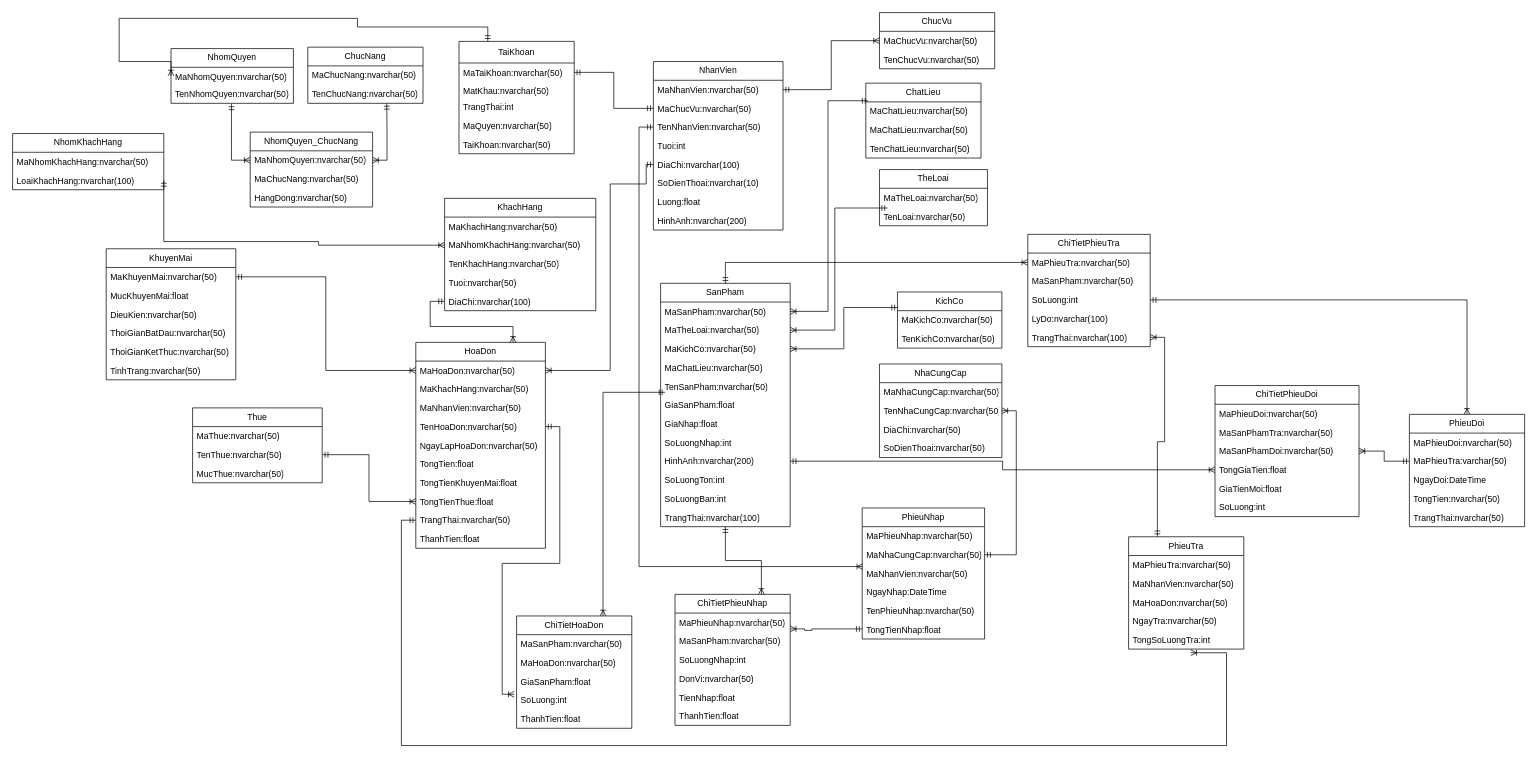
Above: Biểu đồ không có tiêu đề (1).drawio in maivantai2003/Database (draw.io), before the change. Source tidied: cells renumbered, new cells numbered last; positions are measured from the earlier drawing's top-left corner, leaving out a move shared by most shapes. Both pictures are drawn from the tidied source at 72%, with x=0, y=0 at pixel (12, 12).
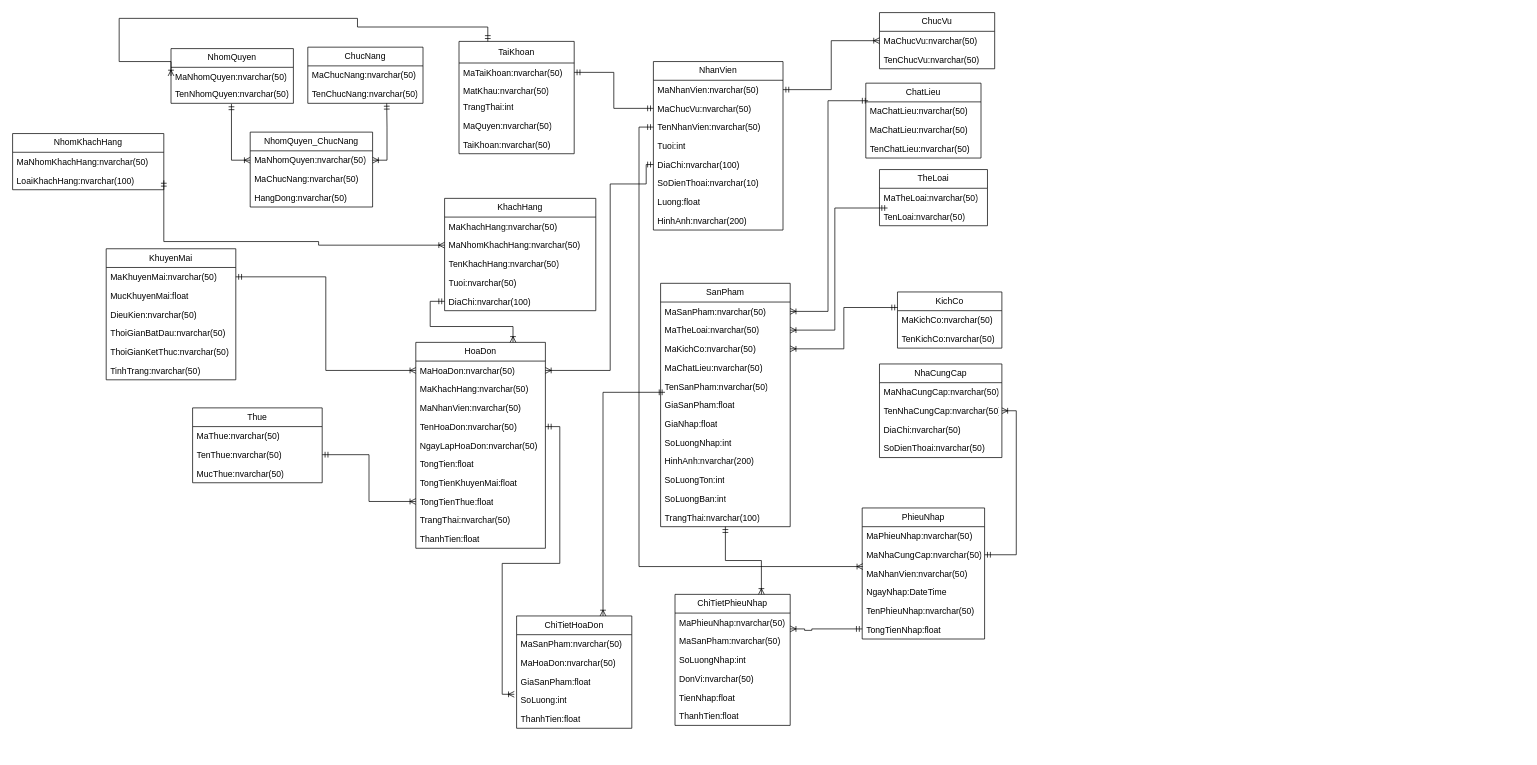
The same page after the edit.

Commit message:
Cập nhật Biểu đồ không có tiêu đề (1).drawio

The change refers to these unchanged cells:
```xml
<mxCell id="44" value="SanPham" style="swimlane;fontStyle=0;horizontal=1;startSize=26;fillColor=none;whiteSpace=wrap;html=1;" parent="1" vertex="1">
  <mxGeometry x="900" y="376" width="180" height="338" as="geometry" />
</mxCell>
<mxCell id="53" value="HinhAnh:nvarchar(200)" style="text;strokeColor=none;fillColor=none;align=left;verticalAlign=top;spacingLeft=4;spacingRight=4;overflow=hidden;points=[[0,0.5],[1,0.5]];portConstraint=eastwest;whiteSpace=wrap;html=1;" parent="44" vertex="1">
  <mxGeometry y="234" width="180" height="26" as="geometry" />
</mxCell>
<mxCell id="100" value="TrangThai:nvarchar(50)" style="text;strokeColor=none;fillColor=none;align=left;verticalAlign=top;spacingLeft=4;spacingRight=4;overflow=hidden;points=[[0,0.5],[1,0.5]];portConstraint=eastwest;whiteSpace=wrap;html=1;" parent="91" vertex="1">
  <mxGeometry y="234" width="180" height="26" as="geometry" />
</mxCell>
```

What changed in the source:
```diff
@@
-    <mxCell id="128" style="edgeStyle=orthogonalEdgeStyle;rounded=0;jettySize=auto;html=1;exitX=0.25;exitY=0;exitDx=0;exitDy=0;entryX=1;entryY=0.5;entryDx=0;entryDy=0;endArrow=ERoneToMany;endFill=0;startArrow=ERmandOne;startFill=0;" parent="1" edge="1" source="129" target="146">
-      <mxGeometry relative="1" as="geometry" />
-    </mxCell>
-    <mxCell id="129" value="PhieuTra" style="swimlane;fontStyle=0;horizontal=1;startSize=26;fillColor=none;whiteSpace=wrap;html=1;" parent="1" vertex="1">
-      <mxGeometry x="1550" y="728" width="160" height="156" as="geometry" />
-    </mxCell>
-    <mxCell id="130" value="MaPhieuTra:nvarchar(50)" style="text;strokeColor=none;fillColor=none;align=left;verticalAlign=top;spacingLeft=4;spacingRight=4;overflow=hidden;whiteSpace=wrap;html=1;" parent="129" vertex="1">
-      <mxGeometry y="26" width="160" height="26" as="geometry" />
-    </mxCell>
-    <mxCell id="131" value="MaNhanVien:nvarchar(50)" style="text;strokeColor=none;fillColor=none;align=left;verticalAlign=top;spacingLeft=4;spacingRight=4;overflow=hidden;whiteSpace=wrap;html=1;" parent="129" vertex="1">
-      <mxGeometry y="52" width="160" height="26" as="geometry" />
-    </mxCell>
-    <mxCell id="132" value="MaHoaDon:nvarchar(50)" style="text;strokeColor=none;fillColor=none;align=left;verticalAlign=top;spacingLeft=4;spacingRight=4;overflow=hidden;whiteSpace=wrap;html=1;" parent="129" vertex="1">
-      <mxGeometry y="78" width="160" height="26" as="geometry" />
-    </mxCell>
-    <mxCell id="133" value="NgayTra:nvarchar(50)" style="text;strokeColor=none;fillColor=none;align=left;verticalAlign=top;spacingLeft=4;spacingRight=4;overflow=hidden;whiteSpace=wrap;html=1;" parent="129" vertex="1">
-      <mxGeometry y="104" width="160" height="26" as="geometry" />
-    </mxCell>
-    <mxCell id="134" value="TongSoLuongTra:int" style="text;strokeColor=none;fillColor=none;align=left;verticalAlign=top;spacingLeft=4;spacingRight=4;overflow=hidden;points=[[0,0.5],[1,0.5]];portConstraint=eastwest;whiteSpace=wrap;html=1;" parent="129" vertex="1">
-      <mxGeometry y="130" width="160" height="26" as="geometry" />
-    </mxCell>
-    <mxCell id="135" value="PhieuDoi" style="swimlane;fontStyle=0;horizontal=1;startSize=26;fillColor=none;whiteSpace=wrap;html=1;" parent="1" vertex="1">
-      <mxGeometry x="1940" y="558" width="160" height="156" as="geometry" />
-    </mxCell>
-    <mxCell id="136" value="MaPhieuDoi:nvarchar(50)" style="text;strokeColor=none;fillColor=none;align=left;verticalAlign=top;spacingLeft=4;spacingRight=4;overflow=hidden;whiteSpace=wrap;html=1;" parent="135" vertex="1">
-      <mxGeometry y="26" width="160" height="26" as="geometry" />
-    </mxCell>
-    <mxCell id="137" value="MaPhieuTra:varchar(50)" style="text;strokeColor=none;fillColor=none;align=left;verticalAlign=top;spacingLeft=4;spacingRight=4;overflow=hidden;points=[[0,0.5],[1,0.5]];portConstraint=eastwest;whiteSpace=wrap;html=1;" parent="135" vertex="1">
-      <mxGeometry y="52" width="160" height="26" as="geometry" />
-    </mxCell>
-    <mxCell id="138" value="NgayDoi:DateTime" style="text;strokeColor=none;fillColor=none;align=left;verticalAlign=top;spacingLeft=4;spacingRight=4;overflow=hidden;whiteSpace=wrap;html=1;" parent="135" vertex="1">
-      <mxGeometry y="78" width="160" height="26" as="geometry" />
-    </mxCell>
-    <mxCell id="139" value="TongTien:nvarchar(50)" style="text;strokeColor=none;fillColor=none;align=left;verticalAlign=top;spacingLeft=4;spacingRight=4;overflow=hidden;whiteSpace=wrap;html=1;" parent="135" vertex="1">
-      <mxGeometry y="104" width="160" height="26" as="geometry" />
-    </mxCell>
-    <mxCell id="140" value="TrangThai:nvarchar(50)" style="text;strokeColor=none;fillColor=none;align=left;verticalAlign=top;spacingLeft=4;spacingRight=4;overflow=hidden;whiteSpace=wrap;html=1;" parent="135" vertex="1">
-      <mxGeometry y="130" width="160" height="26" as="geometry" />
-    </mxCell>
-    <mxCell id="141" value="ChiTietPhieuTra" style="swimlane;fontStyle=0;horizontal=1;startSize=26;fillColor=none;whiteSpace=wrap;html=1;" parent="1" vertex="1">
-      <mxGeometry x="1410" y="308" width="170" height="156" as="geometry" />
-    </mxCell>
-    <mxCell id="142" value="MaPhieuTra:nvarchar(50)" style="text;strokeColor=none;fillColor=none;align=left;verticalAlign=top;spacingLeft=4;spacingRight=4;overflow=hidden;points=[[0,0.5],[1,0.5]];portConstraint=eastwest;whiteSpace=wrap;html=1;" parent="141" vertex="1">
-      <mxGeometry y="26" width="170" height="26" as="geometry" />
-    </mxCell>
-    <mxCell id="143" value="MaSanPham:nvarchar(50)" style="text;strokeColor=none;fillColor=none;align=left;verticalAlign=top;spacingLeft=4;spacingRight=4;overflow=hidden;whiteSpace=wrap;html=1;" parent="141" vertex="1">
-      <mxGeometry y="52" width="170" height="26" as="geometry" />
-    </mxCell>
-    <mxCell id="144" value="SoLuong:int" style="text;strokeColor=none;fillColor=none;align=left;verticalAlign=top;spacingLeft=4;spacingRight=4;overflow=hidden;points=[[0,0.5],[1,0.5]];portConstraint=eastwest;whiteSpace=wrap;html=1;" parent="141" vertex="1">
-      <mxGeometry y="78" width="170" height="26" as="geometry" />
-    </mxCell>
-    <mxCell id="145" value="LyDo:nvarchar(100)" style="text;strokeColor=none;fillColor=none;align=left;verticalAlign=top;spacingLeft=4;spacingRight=4;overflow=hidden;whiteSpace=wrap;html=1;" parent="141" vertex="1">
-      <mxGeometry y="104" width="170" height="26" as="geometry" />
-    </mxCell>
-    <mxCell id="146" value="TrangThai:nvarchar(100)" style="text;strokeColor=none;fillColor=none;align=left;verticalAlign=top;spacingLeft=4;spacingRight=4;overflow=hidden;points=[[0,0.5],[1,0.5]];portConstraint=eastwest;whiteSpace=wrap;html=1;" parent="141" vertex="1">
-      <mxGeometry y="130" width="170" height="26" as="geometry" />
-    </mxCell>
-    <mxCell id="147" style="edgeStyle=orthogonalEdgeStyle;rounded=0;jettySize=auto;html=1;exitX=0;exitY=0.5;exitDx=0;exitDy=0;startArrow=ERoneToMany;startFill=0;endArrow=ERmandOne;endFill=0;" parent="1" edge="1" source="142" target="44">
-      <mxGeometry relative="1" as="geometry" />
-    </mxCell>
-    <mxCell id="148" style="edgeStyle=orthogonalEdgeStyle;rounded=0;jettySize=auto;html=1;exitX=0;exitY=0.5;exitDx=0;exitDy=0;entryX=0.539;entryY=1.196;entryDx=0;entryDy=0;entryPerimeter=0;endArrow=ERoneToMany;endFill=0;startArrow=ERmandOne;startFill=0;" parent="1" edge="1" source="100" target="134">
-      <mxGeometry relative="1" as="geometry">
-        <Array as="points">
-          <mxPoint x="540" y="705" />
-          <mxPoint x="540" y="1018" />
-          <mxPoint x="1686" y="1018" />
-        </Array>
-      </mxGeometry>
-    </mxCell>
-    <mxCell id="149" value="ChiTietPhieuDoi" style="swimlane;fontStyle=0;horizontal=1;startSize=26;fillColor=none;whiteSpace=wrap;html=1;" parent="1" vertex="1">
-      <mxGeometry x="1670" y="518" width="200" height="182" as="geometry" />
-    </mxCell>
-    <mxCell id="150" value="MaPhieuDoi:nvarchar(50)" style="text;strokeColor=none;fillColor=none;align=left;verticalAlign=top;spacingLeft=4;spacingRight=4;overflow=hidden;whiteSpace=wrap;html=1;" parent="149" vertex="1">
-      <mxGeometry y="26" width="200" height="26" as="geometry" />
-    </mxCell>
-    <mxCell id="151" value="MaSanPhamTra:nvarchar(50)" style="text;strokeColor=none;fillColor=none;align=left;verticalAlign=top;spacingLeft=4;spacingRight=4;overflow=hidden;whiteSpace=wrap;html=1;" parent="149" vertex="1">
-      <mxGeometry y="52" width="200" height="26" as="geometry" />
-    </mxCell>
-    <mxCell id="152" value="MaSanPhamDoi:nvarchar(50)" style="text;strokeColor=none;fillColor=none;align=left;verticalAlign=top;spacingLeft=4;spacingRight=4;overflow=hidden;points=[[0,0.5],[1,0.5]];portConstraint=eastwest;whiteSpace=wrap;html=1;" parent="149" vertex="1">
-      <mxGeometry y="78" width="200" height="26" as="geometry" />
-    </mxCell>
-    <mxCell id="153" value="TongGiaTien:float" style="text;strokeColor=none;fillColor=none;align=left;verticalAlign=top;spacingLeft=4;spacingRight=4;overflow=hidden;points=[[0,0.5],[1,0.5]];portConstraint=eastwest;whiteSpace=wrap;html=1;" parent="149" vertex="1">
-      <mxGeometry y="104" width="200" height="26" as="geometry" />
-    </mxCell>
-    <mxCell id="154" value="GiaTienMoi:float" style="text;strokeColor=none;fillColor=none;align=left;verticalAlign=top;spacingLeft=4;spacingRight=4;overflow=hidden;whiteSpace=wrap;html=1;" parent="149" vertex="1">
-      <mxGeometry y="130" width="200" height="26" as="geometry" />
-    </mxCell>
-    <mxCell id="155" value="SoLuong:int" style="text;strokeColor=none;fillColor=none;align=left;verticalAlign=top;spacingLeft=4;spacingRight=4;overflow=hidden;whiteSpace=wrap;html=1;" parent="149" vertex="1">
-      <mxGeometry y="156" width="200" height="26" as="geometry" />
-    </mxCell>
-    <mxCell id="156" style="edgeStyle=orthogonalEdgeStyle;rounded=0;jettySize=auto;html=1;exitX=1;exitY=0.5;exitDx=0;exitDy=0;startArrow=ERoneToMany;startFill=0;endArrow=ERmandOne;endFill=0;" parent="1" edge="1" source="152" target="137">
-      <mxGeometry relative="1" as="geometry" />
-    </mxCell>
-    <mxCell id="157" style="edgeStyle=orthogonalEdgeStyle;rounded=0;jettySize=auto;html=1;exitX=1;exitY=0.5;exitDx=0;exitDy=0;entryX=0.5;entryY=0;entryDx=0;entryDy=0;startArrow=ERmandOne;startFill=0;endArrow=ERoneToMany;endFill=0;" parent="1" edge="1" source="144" target="135">
-      <mxGeometry relative="1" as="geometry" />
-    </mxCell>
-    <mxCell id="158" style="edgeStyle=orthogonalEdgeStyle;rounded=0;jettySize=auto;html=1;exitX=1;exitY=0.5;exitDx=0;exitDy=0;entryX=0;entryY=0.5;entryDx=0;entryDy=0;startArrow=ERmandOne;startFill=0;endArrow=ERoneToMany;endFill=0;" parent="1" edge="1" source="53" target="153">
-      <mxGeometry relative="1" as="geometry" />
-    </mxCell>
```
